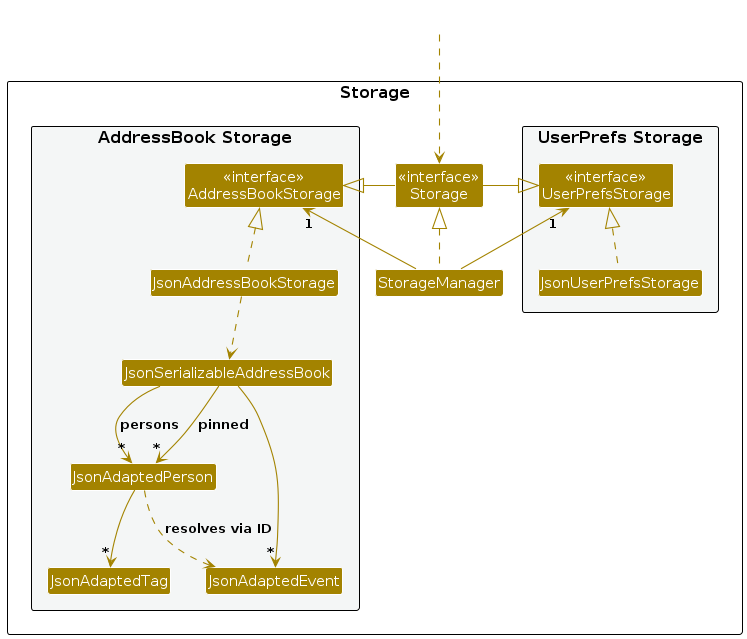
Earlier version of the PlantUML export diagrams/StorageClassDiagram.png (AY2526S2-CS2103-F08-4/tp). Its source is kept beside it as diagrams/StorageClassDiagram.puml.
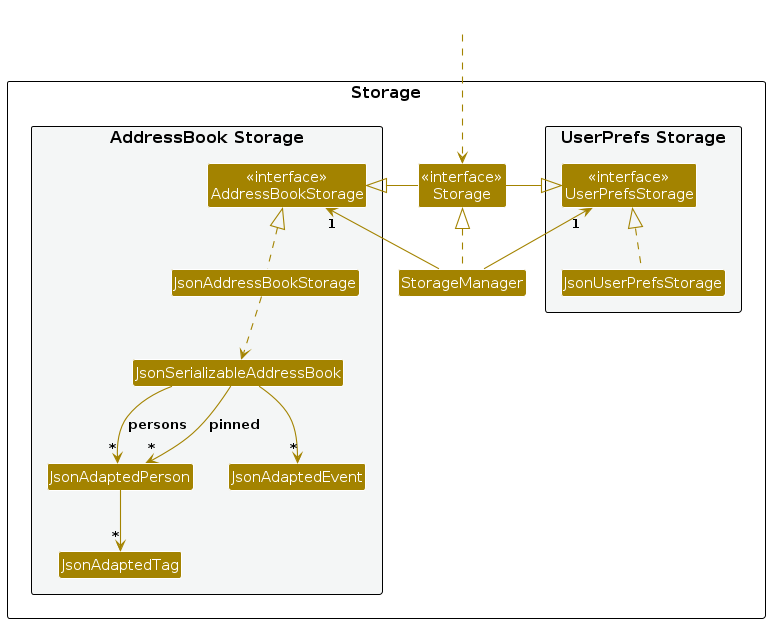
After the change.

Change to the diagram source:
```diff
@@ -42,6 +42,5 @@
 JsonSerializableAddressBook --> "*" JsonAdaptedPerson : pinned
 JsonSerializableAddressBook --> "*" JsonAdaptedEvent
 JsonAdaptedPerson --> "*" JsonAdaptedTag
-JsonAdaptedPerson ..> JsonAdaptedEvent : resolves via ID
 
 @enduml
```
